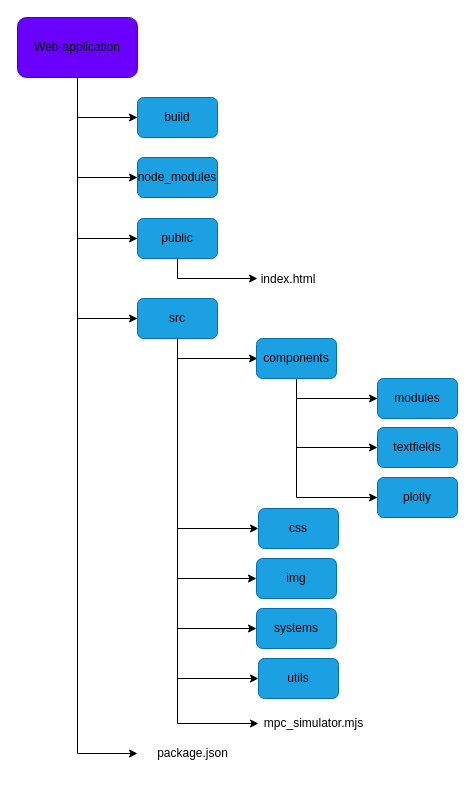
The draw.io diagram fig/web-application-structure.drawio in gotvinne/Light-weight-MPC, before the edit. Source tidied: cells renumbered, new cells numbered last; positions are measured from the earlier drawing's top-left corner, leaving out a move shared by most shapes. Both pictures are drawn from the tidied source at 100%, with x=0, y=0 at pixel (17, 17).
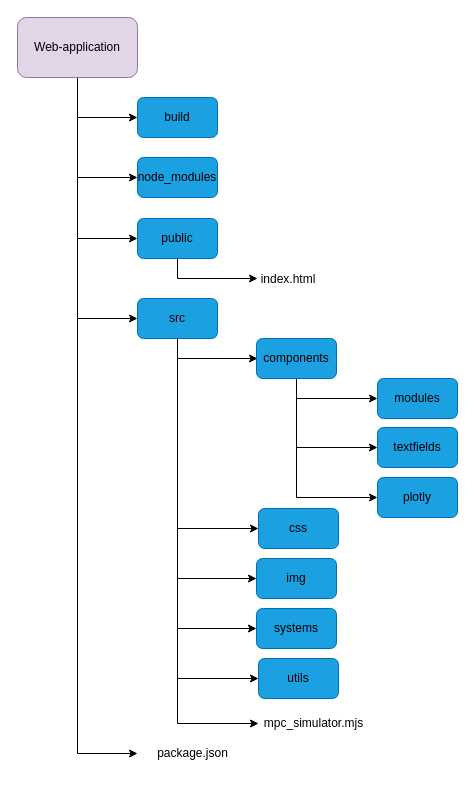
The same diagram, later.

What changed in the source:
```diff
@@
-    <mxCell id="11" value="&lt;font color=&quot;#000000&quot;&gt;Web-application&lt;br&gt;&lt;/font&gt;" style="rounded=1;whiteSpace=wrap;html=1;fillColor=#6a00ff;fontColor=#ffffff;strokeColor=#3700CC;" parent="1" vertex="1">
+    <mxCell id="11" value="&lt;font color=&quot;#000000&quot;&gt;Web-application&lt;br&gt;&lt;/font&gt;" style="rounded=1;whiteSpace=wrap;html=1;fillColor=#e1d5e7;strokeColor=#9673a6;" parent="1" vertex="1">
       <mxGeometry width="120" height="60" as="geometry" />
     </mxCell>
```
